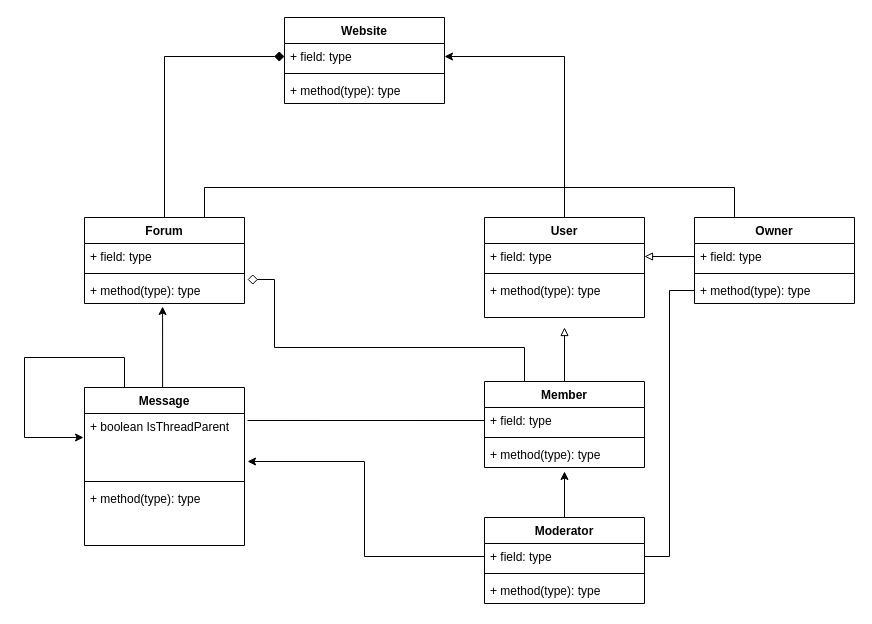
AlexSWoo/UML keeps this draw.io diagram as UML Forum Assignment.drawio. Above is the earlier version. Source tidied: cells renumbered, new cells numbered last; positions are measured from the earlier drawing's top-left corner, leaving out a move shared by most shapes. Both pictures are drawn from the tidied source at 100%, with x=0, y=0 at pixel (24, 17).
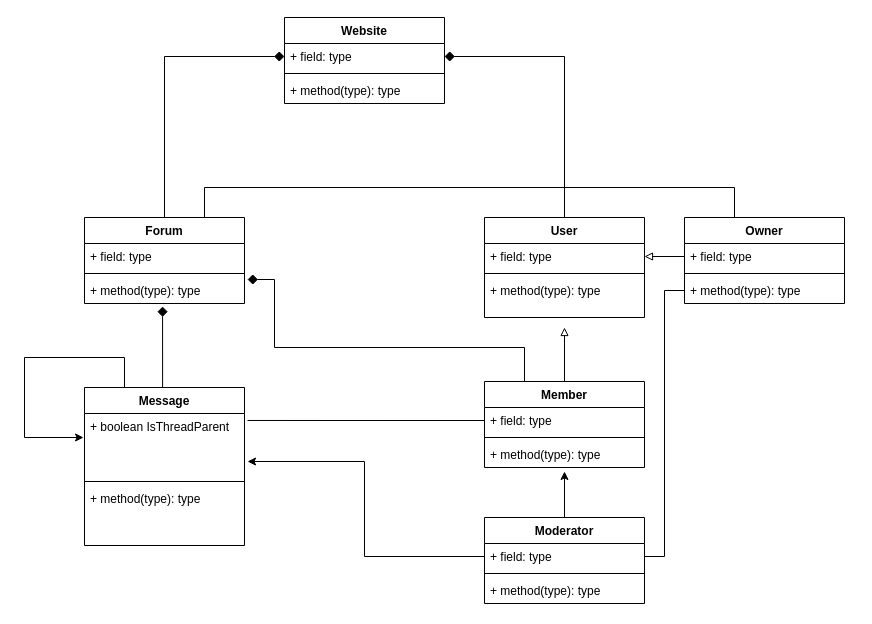
After the change.

The change refers to these unchanged cells:
```xml
<mxCell id="3" value="+ field: type" style="text;strokeColor=none;fillColor=none;align=left;verticalAlign=top;spacingLeft=4;spacingRight=4;overflow=hidden;points=[[0,0.5],[1,0.5]];portConstraint=eastwest;whiteSpace=wrap;html=1;" parent="2" vertex="1">
  <mxGeometry y="26" width="160" height="26" as="geometry" />
</mxCell>
<mxCell id="7" value="User" style="swimlane;fontStyle=1;align=center;verticalAlign=top;horizontal=1;startSize=26;whiteSpace=wrap;html=1;" parent="1" vertex="1">
  <mxGeometry x="460" y="200" width="160" height="100" as="geometry" />
</mxCell>
<mxCell id="12" value="Member&lt;br&gt;" style="swimlane;fontStyle=1;align=center;verticalAlign=top;horizontal=1;startSize=26;whiteSpace=wrap;html=1;" parent="1" vertex="1">
  <mxGeometry x="460" y="364" width="160" height="86" as="geometry" />
</mxCell>
<mxCell id="29" value="+ method(type): type" style="text;strokeColor=none;fillColor=none;align=left;verticalAlign=top;spacingLeft=4;spacingRight=4;overflow=hidden;points=[[0,0.5],[1,0.5]];portConstraint=eastwest;whiteSpace=wrap;html=1;" parent="26" vertex="1">
  <mxGeometry y="60" width="160" height="26" as="geometry" />
</mxCell>
<mxCell id="30" value="Message" style="swimlane;fontStyle=1;align=center;verticalAlign=top;horizontal=1;startSize=26;whiteSpace=wrap;html=1;" parent="1" vertex="1">
  <mxGeometry x="60" y="370" width="160" height="158" as="geometry" />
</mxCell>
```

Change to the diagram source:
```diff
@@
-    <mxCell id="6" style="edgeStyle=orthogonalEdgeStyle;rounded=0;jettySize=auto;html=1;exitX=0.5;exitY=0;exitDx=0;exitDy=0;entryX=1;entryY=0.5;entryDx=0;entryDy=0;" parent="1" edge="1" source="7" target="3">
+    <mxCell id="6" style="edgeStyle=orthogonalEdgeStyle;rounded=0;jettySize=auto;html=1;exitX=0.5;exitY=0;exitDx=0;exitDy=0;entryX=1;entryY=0.5;entryDx=0;entryDy=0;endArrow=diamond;endFill=1;endSize=8;" parent="1" edge="1" source="7" target="3">
       <mxGeometry relative="1" as="geometry" />
     </mxCell>
@@
     <mxCell id="17" value="Owner" style="swimlane;fontStyle=1;align=center;verticalAlign=top;horizontal=1;startSize=26;whiteSpace=wrap;html=1;" parent="1" vertex="1">
-      <mxGeometry x="670" y="200" width="160" height="86" as="geometry" />
+      <mxGeometry x="660" y="200" width="160" height="86" as="geometry" />
     </mxCell>
@@
-    <mxCell id="35" style="edgeStyle=orthogonalEdgeStyle;rounded=0;jettySize=auto;html=1;exitX=0.5;exitY=0;exitDx=0;exitDy=0;entryX=0.488;entryY=1.115;entryDx=0;entryDy=0;entryPerimeter=0;" parent="1" edge="1" source="30" target="29">
+    <mxCell id="35" style="edgeStyle=orthogonalEdgeStyle;rounded=0;jettySize=auto;html=1;exitX=0.5;exitY=0;exitDx=0;exitDy=0;entryX=0.488;entryY=1.115;entryDx=0;entryDy=0;entryPerimeter=0;endArrow=diamond;endFill=1;endSize=8;" parent="1" edge="1" source="30" target="29">
       <mxGeometry relative="1" as="geometry">
         <Array as="points">
           <mxPoint x="138" y="370" />
         </Array>
       </mxGeometry>
     </mxCell>
@@
-    <mxCell id="41" style="edgeStyle=orthogonalEdgeStyle;rounded=0;jettySize=auto;html=1;exitX=0.25;exitY=0;exitDx=0;exitDy=0;entryX=1.019;entryY=0.077;entryDx=0;entryDy=0;entryPerimeter=0;endArrow=diamond;endFill=0;endSize=8;" parent="1" edge="1" source="12" target="29">
+    <mxCell id="41" style="edgeStyle=orthogonalEdgeStyle;rounded=0;jettySize=auto;html=1;exitX=0.25;exitY=0;exitDx=0;exitDy=0;entryX=1.019;entryY=0.077;entryDx=0;entryDy=0;entryPerimeter=0;endArrow=diamond;endFill=1;endSize=8;" parent="1" edge="1" source="12" target="29">
       <mxGeometry relative="1" as="geometry">
         <Array as="points">
           <mxPoint x="500" y="330" />
           <mxPoint x="250" y="330" />
           <mxPoint x="250" y="262" />
         </Array>
       </mxGeometry>
     </mxCell>
```
